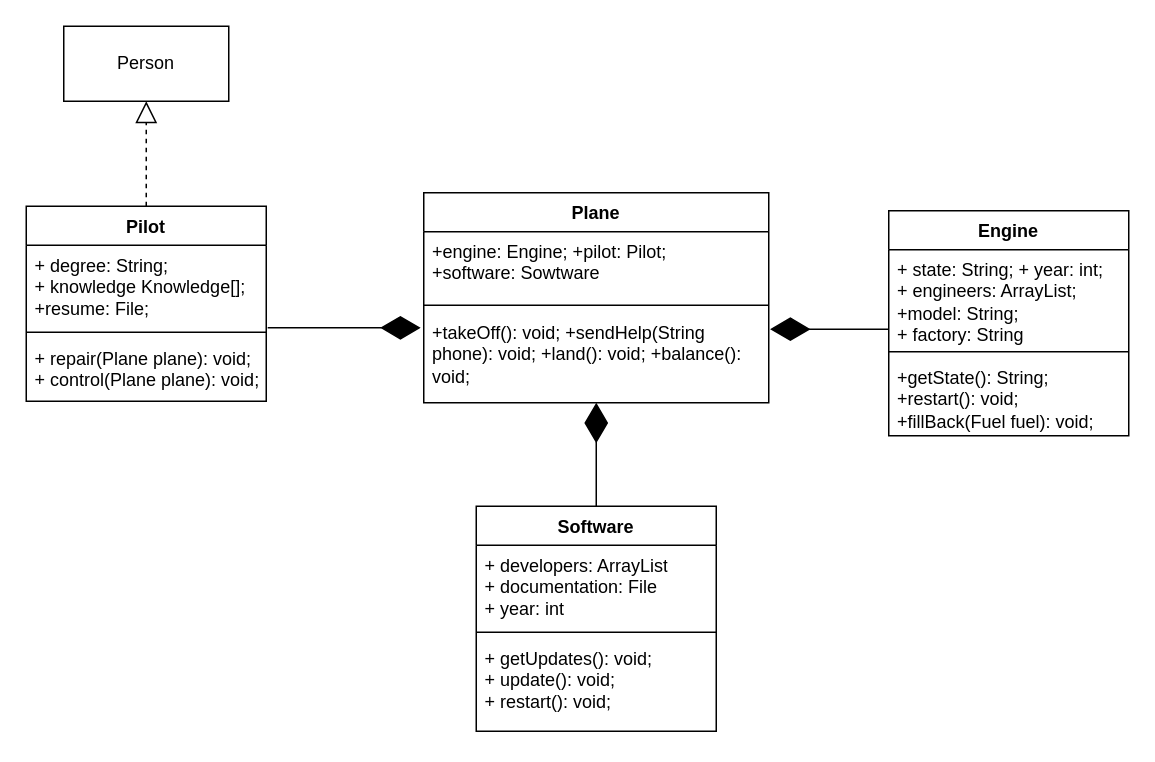
This is task-2/3/plane.drawio from AnotherUser269/SentalJava, a draw.io file, before an edit. Source tidied: cells renumbered, new cells numbered last; positions are measured from the earlier drawing's top-left corner, leaving out a move shared by most shapes. Both pictures are drawn from the tidied source at 150%, with x=0, y=0 at pixel (26, 26).
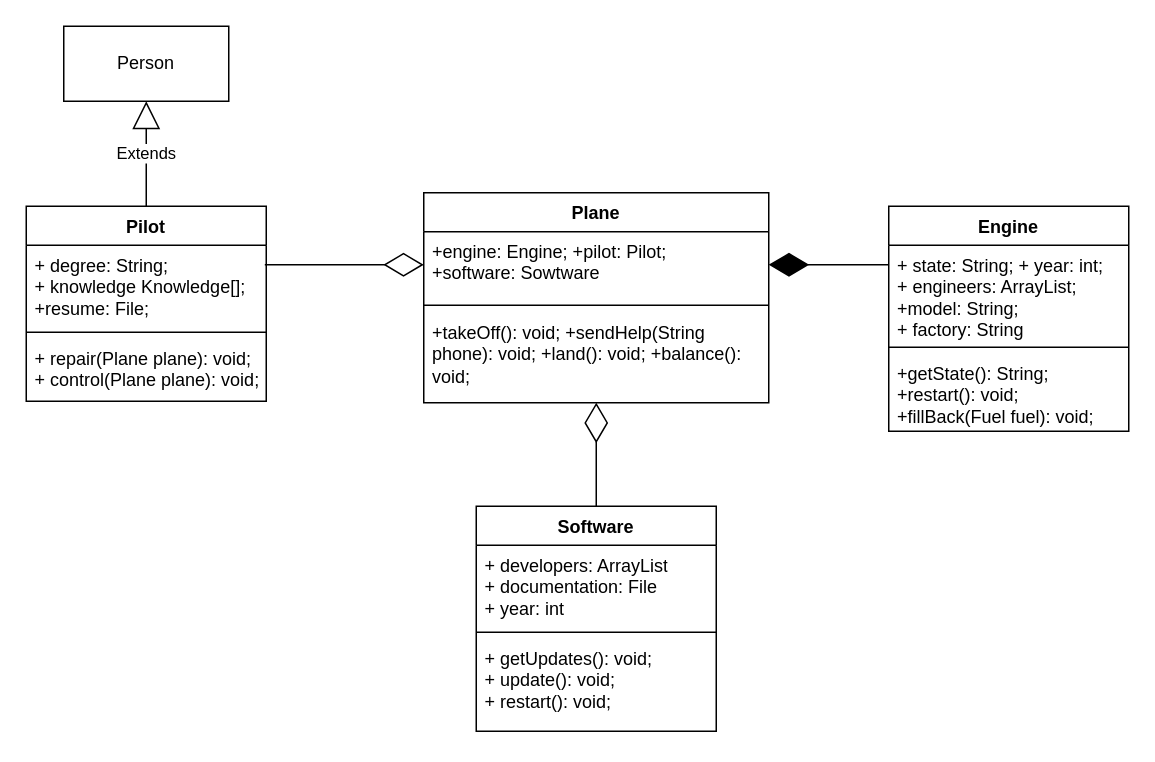
The same diagram, later.

Unchanged cells that the change refers to:
```xml
<mxCell id="2" value="Plane" style="swimlane;fontStyle=1;align=center;verticalAlign=top;horizontal=1;startSize=26;whiteSpace=wrap;html=1;" parent="1" vertex="1">
  <mxGeometry x="265" y="111" width="230" height="140" as="geometry" />
</mxCell>
<mxCell id="3" value="&lt;div&gt;+engine: Engine; +pilot: Pilot;&amp;nbsp;&lt;/div&gt;&lt;div&gt;+software: Sowtware&lt;/div&gt;" style="text;strokeColor=none;fillColor=none;align=left;verticalAlign=top;spacingLeft=4;spacingRight=4;overflow=hidden;points=[[0,0.5],[1,0.5]];portConstraint=eastwest;whiteSpace=wrap;html=1;" parent="2" vertex="1">
  <mxGeometry y="26" width="230" height="44" as="geometry" />
</mxCell>
<mxCell id="5" value="+takeOff(): void; +sendHelp(String phone): void; +land(): void; +balance(): void;" style="text;strokeColor=none;fillColor=none;align=left;verticalAlign=top;spacingLeft=4;spacingRight=4;overflow=hidden;points=[[0,0.5],[1,0.5]];portConstraint=eastwest;whiteSpace=wrap;html=1;" parent="2" vertex="1">
  <mxGeometry y="80" width="230" height="60" as="geometry" />
</mxCell>
<mxCell id="6" value="Person" style="html=1;whiteSpace=wrap;" parent="1" vertex="1">
  <mxGeometry x="25" width="110" height="50" as="geometry" />
</mxCell>
<mxCell id="7" value="Pilot" style="swimlane;fontStyle=1;align=center;verticalAlign=top;horizontal=1;startSize=26;whiteSpace=wrap;html=1;" parent="1" vertex="1">
  <mxGeometry y="120" width="160" height="130" as="geometry" />
</mxCell>
<mxCell id="8" value="&lt;div&gt;+ degree: String;&amp;nbsp;&lt;/div&gt;&lt;div&gt;+ knowledge Knowledge[];&lt;/div&gt;&lt;div&gt;+resume: File;&lt;/div&gt;" style="text;strokeColor=none;fillColor=none;align=left;verticalAlign=top;spacingLeft=4;spacingRight=4;overflow=hidden;points=[[0,0.5],[1,0.5]];portConstraint=eastwest;whiteSpace=wrap;html=1;" parent="7" vertex="1">
  <mxGeometry y="26" width="160" height="54" as="geometry" />
</mxCell>
<mxCell id="11" value="Software" style="swimlane;fontStyle=1;align=center;verticalAlign=top;horizontal=1;startSize=26;whiteSpace=wrap;html=1;" parent="1" vertex="1">
  <mxGeometry x="300" y="320" width="160" height="150" as="geometry" />
</mxCell>
<mxCell id="16" value="&lt;div&gt;+ state: String; + year: int;&lt;/div&gt;&lt;div&gt;+ engineers: ArrayList; +model: String;&amp;nbsp;&lt;/div&gt;&lt;div&gt;+ factory: String&lt;/div&gt;" style="text;strokeColor=none;fillColor=none;align=left;verticalAlign=top;spacingLeft=4;spacingRight=4;overflow=hidden;points=[[0,0.5],[1,0.5]];portConstraint=eastwest;whiteSpace=wrap;html=1;" parent="15" vertex="1">
  <mxGeometry y="26" width="160" height="64" as="geometry" />
</mxCell>
```

What changed in the source:
```diff
@@
     <mxCell id="15" value="&lt;div&gt;Engine&lt;/div&gt;" style="swimlane;fontStyle=1;align=center;verticalAlign=top;horizontal=1;startSize=26;whiteSpace=wrap;html=1;" parent="1" vertex="1">
-      <mxGeometry x="575" y="123" width="160" height="150" as="geometry" />
+      <mxGeometry x="575" y="120" width="160" height="150" as="geometry" />
     </mxCell>
@@
-    <mxCell id="19" style="endArrow=block;dashed=1;endFill=0;endSize=12;html=1;rounded=0;exitX=0.5;exitY=0;exitDx=0;exitDy=0;entryX=0.5;entryY=1;entryDx=0;entryDy=0;" parent="1" edge="1" source="7" target="6">
+    <mxCell id="19" value="Extends" style="endArrow=block;endSize=16;endFill=0;html=1;rounded=0;exitX=0.5;exitY=0;exitDx=0;exitDy=0;entryX=0.5;entryY=1;entryDx=0;entryDy=0;" parent="1" edge="1" source="7" target="6">
       <mxGeometry relative="1" as="geometry" />
     </mxCell>
-    <mxCell id="20" style="endArrow=diamondThin;endFill=1;endSize=24;html=1;rounded=0;exitX=1.006;exitY=1.019;exitDx=0;exitDy=0;exitPerimeter=0;entryX=-0.009;entryY=0.167;entryDx=0;entryDy=0;entryPerimeter=0;" parent="1" edge="1" source="8" target="5">
-      <mxGeometry relative="1" as="geometry" />
-    </mxCell>
+    <mxCell id="23" style="endArrow=diamondThin;endFill=0;endSize=24;html=1;rounded=0;exitX=0.994;exitY=0.241;exitDx=0;exitDy=0;exitPerimeter=0;entryX=0;entryY=0.5;entryDx=0;entryDy=0;" parent="1" edge="1" source="8" target="3">
+      <mxGeometry relative="1" as="geometry" />
+    </mxCell>
-    <mxCell id="21" style="endArrow=diamondThin;endFill=1;endSize=24;html=1;rounded=0;exitX=0.5;exitY=0;exitDx=0;exitDy=0;entryX=0.5;entryY=1;entryDx=0;entryDy=0;" parent="1" edge="1" source="11" target="2">
+    <mxCell id="21" style="endArrow=diamondThin;endFill=0;endSize=24;html=1;rounded=0;exitX=0.5;exitY=0;exitDx=0;exitDy=0;entryX=0.5;entryY=1;entryDx=0;entryDy=0;" parent="1" edge="1" source="11" target="2">
       <mxGeometry relative="1" as="geometry" />
     </mxCell>
-    <mxCell id="22" style="endArrow=diamondThin;endFill=1;endSize=24;html=1;rounded=0;exitX=0;exitY=0.828;exitDx=0;exitDy=0;exitPerimeter=0;entryX=1.004;entryY=0.183;entryDx=0;entryDy=0;entryPerimeter=0;" parent="1" edge="1" source="16" target="5">
-      <mxGeometry relative="1" as="geometry" />
-    </mxCell>
+    <mxCell id="24" style="endArrow=diamondThin;endFill=1;endSize=24;html=1;rounded=0;entryX=1;entryY=0.5;entryDx=0;entryDy=0;exitX=0;exitY=0.203;exitDx=0;exitDy=0;exitPerimeter=0;" parent="1" edge="1" source="16" target="3">
+      <mxGeometry relative="1" as="geometry" />
+    </mxCell>
```
